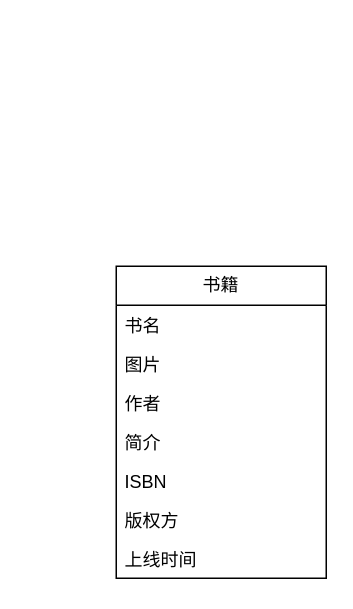
This is page "第 2 页" (2 of 4) of wisdom-content.drawio from joywt/drowin-folder, a draw.io file, before an edit. Source tidied: cells renumbered, new cells numbered last; positions are measured from the earlier drawing's top-left corner, leaving out a move shared by most shapes. Both pictures are drawn from the tidied source at 150%, with x=0, y=0 at pixel (116, 266).
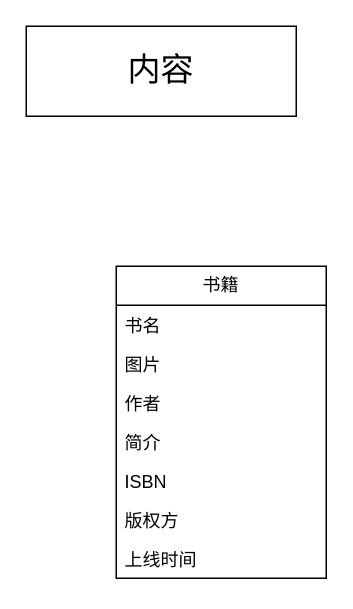
The same diagram, later.

The edit, as a diff of the source:
```diff
@@
 <mxGraphModel>
   <root>
     <mxCell id="0" />
     <mxCell id="1" parent="0" />
     <mxCell id="2" value="书籍" style="swimlane;fontStyle=0;horizontal=1;startSize=26;fillColor=none;whiteSpace=wrap;html=1;" parent="1" vertex="1">
       <mxGeometry width="140" height="208" as="geometry" />
     </mxCell>
     <mxCell id="3" value="书名" style="text;strokeColor=none;fillColor=none;align=left;verticalAlign=top;spacingLeft=4;spacingRight=4;overflow=hidden;whiteSpace=wrap;html=1;" parent="2" vertex="1">
       <mxGeometry y="26" width="140" height="26" as="geometry" />
     </mxCell>
     <mxCell id="4" value="图片&amp;nbsp;" style="text;strokeColor=none;fillColor=none;align=left;verticalAlign=top;spacingLeft=4;spacingRight=4;overflow=hidden;whiteSpace=wrap;html=1;" parent="2" vertex="1">
       <mxGeometry y="52" width="140" height="26" as="geometry" />
     </mxCell>
     <mxCell id="5" value="作者" style="text;strokeColor=none;fillColor=none;align=left;verticalAlign=top;spacingLeft=4;spacingRight=4;overflow=hidden;whiteSpace=wrap;html=1;" parent="2" vertex="1">
       <mxGeometry y="78" width="140" height="26" as="geometry" />
     </mxCell>
     <mxCell id="6" value="简介" style="text;strokeColor=none;fillColor=none;align=left;verticalAlign=top;spacingLeft=4;spacingRight=4;overflow=hidden;whiteSpace=wrap;html=1;" parent="2" vertex="1">
       <mxGeometry y="104" width="140" height="26" as="geometry" />
     </mxCell>
     <mxCell id="7" value="ISBN&lt;span style=&quot;white-space: pre;&quot;&gt; &lt;/span&gt;" style="text;strokeColor=none;fillColor=none;align=left;verticalAlign=top;spacingLeft=4;spacingRight=4;overflow=hidden;whiteSpace=wrap;html=1;" parent="2" vertex="1">
       <mxGeometry y="130" width="140" height="26" as="geometry" />
     </mxCell>
     <mxCell id="8" value="版权方" style="text;strokeColor=none;fillColor=none;align=left;verticalAlign=top;spacingLeft=4;spacingRight=4;overflow=hidden;whiteSpace=wrap;html=1;" parent="2" vertex="1">
       <mxGeometry y="156" width="140" height="26" as="geometry" />
     </mxCell>
     <mxCell id="9" value="上线时间" style="text;strokeColor=none;fillColor=none;align=left;verticalAlign=top;spacingLeft=4;spacingRight=4;overflow=hidden;whiteSpace=wrap;html=1;" parent="2" vertex="1">
       <mxGeometry y="182" width="140" height="26" as="geometry" />
     </mxCell>
+    <mxCell id="10" value="内容" style="rounded=0;whiteSpace=wrap;html=1;fontSize=22;" parent="1" vertex="1">
+      <mxGeometry x="-60" y="-160" width="180" height="60" as="geometry" />
+    </mxCell>
   </root>
 </mxGraphModel>
```
